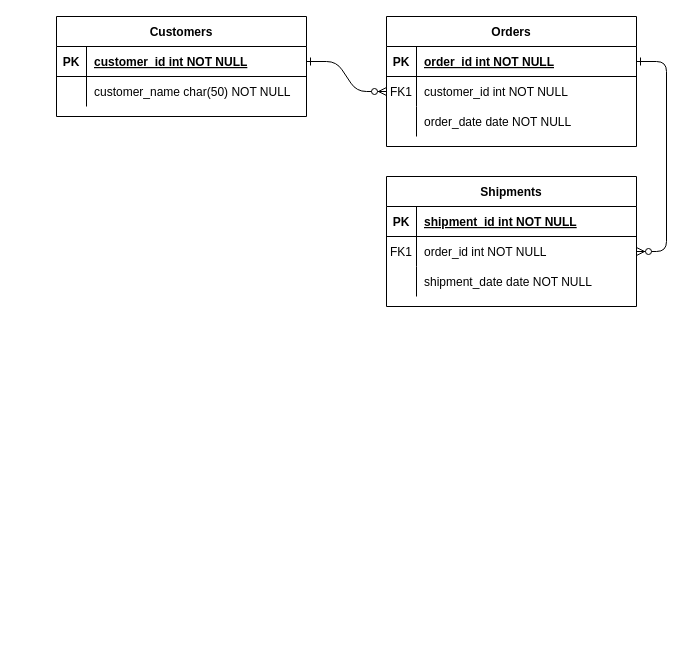
Before: Untitled Diagram.drawio in loyme24/AutomationManagementSystem, a draw.io diagram. Source tidied: cells renumbered, new cells numbered last; positions are measured from the earlier drawing's top-left corner, leaving out a move shared by most shapes. Both pictures are drawn from the tidied source at 100%, with x=0, y=0 at pixel (56, 16).
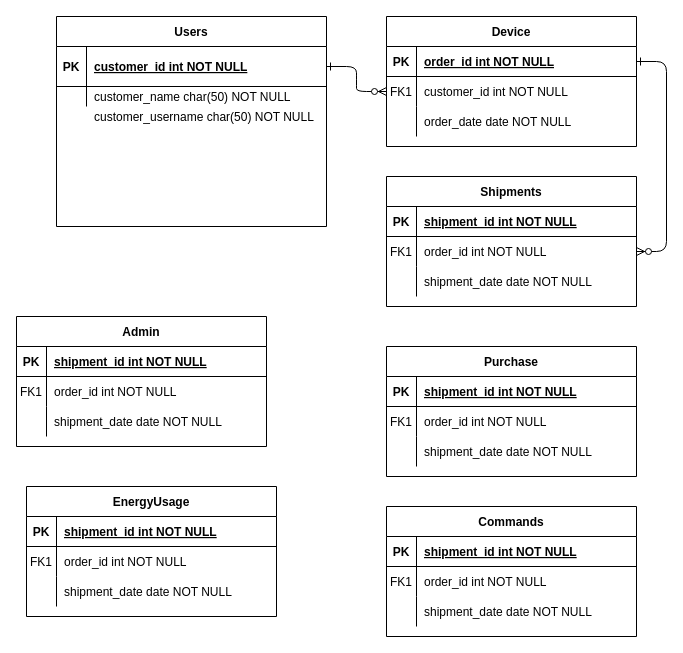
The same diagram, later.

Commit message:
ERD not edited

Change to the diagram source:
```diff
@@
-    <mxCell id="4" value="Orders" style="shape=table;startSize=30;childLayout=tableLayout;rowLines=0;fontStyle=1;align=center;" parent="1" vertex="1">
+    <mxCell id="4" value="Device" style="shape=table;startSize=30;childLayout=tableLayout;rowLines=0;fontStyle=1;align=center;" parent="1" vertex="1">
       <mxGeometry x="330" width="250" height="130" as="geometry" />
     </mxCell>
@@
-    <mxCell id="24" value="Customers" style="shape=table;startSize=30;childLayout=tableLayout;rowLines=0;fontStyle=1;align=center;" parent="1" vertex="1">
-      <mxGeometry width="250" height="100" as="geometry" />
+    <mxCell id="24" value="Users" style="shape=table;startSize=30;childLayout=tableLayout;rowLines=0;fontStyle=1;align=center;" parent="1" vertex="1">
+      <mxGeometry width="270" height="210" as="geometry" />
     </mxCell>
     <mxCell id="25" style="shape=partialRectangle;fillColor=none;points=[[0,0.5],[1,0.5]];portConstraint=eastwest;top=0;left=0;right=0;bottom=1;" parent="24" vertex="1">
-      <mxGeometry y="30" width="250" height="30" as="geometry" />
+      <mxGeometry y="30" width="270" height="40" as="geometry" />
     </mxCell>
     <mxCell id="26" value="PK" style="shape=partialRectangle;overflow=hidden;fillColor=none;top=0;left=0;bottom=0;right=0;fontStyle=1;" parent="25" vertex="1">
-      <mxGeometry width="30" height="30" as="geometry" />
+      <mxGeometry width="30" height="40" as="geometry" />
     </mxCell>
     <mxCell id="27" value="customer_id int NOT NULL " style="shape=partialRectangle;overflow=hidden;fillColor=none;top=0;left=0;bottom=0;right=0;align=left;spacingLeft=6;fontStyle=5;" parent="25" vertex="1">
-      <mxGeometry x="30" width="220" height="30" as="geometry" />
+      <mxGeometry x="30" width="240" height="40" as="geometry" />
     </mxCell>
     <mxCell id="28" style="shape=partialRectangle;fillColor=none;top=0;left=0;right=0;bottom=0;" parent="24" vertex="1">
-      <mxGeometry y="60" width="250" height="30" as="geometry" />
+      <mxGeometry y="70" width="270" height="20" as="geometry" />
     </mxCell>
     <mxCell id="29" style="shape=partialRectangle;overflow=hidden;fillColor=none;top=0;left=0;bottom=0;right=0;" parent="28" vertex="1">
-      <mxGeometry width="30" height="30" as="geometry" />
+      <mxGeometry width="30" height="20" as="geometry" />
     </mxCell>
     <mxCell id="30" value="customer_name char(50) NOT NULL" style="shape=partialRectangle;overflow=hidden;fillColor=none;top=0;left=0;bottom=0;right=0;align=left;spacingLeft=6;" parent="28" vertex="1">
-      <mxGeometry x="30" width="220" height="30" as="geometry" />
+      <mxGeometry x="30" width="240" height="20" as="geometry" />
     </mxCell>
+    <mxCell id="31" value="Admin" style="shape=table;startSize=30;childLayout=tableLayout;rowLines=0;fontStyle=1;align=center;" parent="1" vertex="1">
+      <mxGeometry x="-40" y="300" width="250" height="130" as="geometry" />
+    </mxCell>
+    <mxCell id="32" style="shape=partialRectangle;fillColor=none;top=0;left=0;right=0;bottom=1;" parent="31" vertex="1">
+      <mxGeometry y="30" width="250" height="30" as="geometry" />
+    </mxCell>
+    <mxCell id="33" value="PK" style="shape=partialRectangle;overflow=hidden;fillColor=none;top=0;left=0;bottom=0;right=0;fontStyle=1;" parent="32" vertex="1">
+      <mxGeometry width="30" height="30" as="geometry" />
+    </mxCell>
+    <mxCell id="34" value="shipment_id int NOT NULL " style="shape=partialRectangle;overflow=hidden;fillColor=none;top=0;left=0;bottom=0;right=0;align=left;spacingLeft=6;fontStyle=5;" parent="32" vertex="1">
+      <mxGeometry x="30" width="220" height="30" as="geometry" />
+    </mxCell>
+    <mxCell id="35" style="shape=partialRectangle;fillColor=none;top=0;left=0;right=0;bottom=0;" parent="31" vertex="1">
+      <mxGeometry y="60" width="250" height="30" as="geometry" />
+    </mxCell>
+    <mxCell id="36" value="FK1" style="shape=partialRectangle;overflow=hidden;fillColor=none;top=0;left=0;bottom=0;right=0;" parent="35" vertex="1">
+      <mxGeometry width="30" height="30" as="geometry" />
+    </mxCell>
+    <mxCell id="37" value="order_id int NOT NULL" style="shape=partialRectangle;overflow=hidden;fillColor=none;top=0;left=0;bottom=0;right=0;align=left;spacingLeft=6;" parent="35" vertex="1">
+      <mxGeometry x="30" width="220" height="30" as="geometry" />
+    </mxCell>
+    <mxCell id="38" style="shape=partialRectangle;fillColor=none;top=0;left=0;right=0;bottom=0;" parent="31" vertex="1">
+      <mxGeometry y="90" width="250" height="30" as="geometry" />
+    </mxCell>
+    <mxCell id="39" style="shape=partialRectangle;overflow=hidden;fillColor=none;top=0;left=0;bottom=0;right=0;" parent="38" vertex="1">
+      <mxGeometry width="30" height="30" as="geometry" />
+    </mxCell>
+    <mxCell id="40" value="shipment_date date NOT NULL" style="shape=partialRectangle;overflow=hidden;fillColor=none;top=0;left=0;bottom=0;right=0;align=left;spacingLeft=6;" parent="38" vertex="1">
+      <mxGeometry x="30" width="220" height="30" as="geometry" />
+    </mxCell>
+    <mxCell id="41" value="EnergyUsage" style="shape=table;startSize=30;childLayout=tableLayout;rowLines=0;fontStyle=1;align=center;" parent="1" vertex="1">
+      <mxGeometry x="-30" y="470" width="250" height="130" as="geometry" />
+    </mxCell>
+    <mxCell id="42" style="shape=partialRectangle;fillColor=none;top=0;left=0;right=0;bottom=1;" parent="41" vertex="1">
+      <mxGeometry y="30" width="250" height="30" as="geometry" />
+    </mxCell>
+    <mxCell id="43" value="PK" style="shape=partialRectangle;overflow=hidden;fillColor=none;top=0;left=0;bottom=0;right=0;fontStyle=1;" parent="42" vertex="1">
+      <mxGeometry width="30" height="30" as="geometry" />
+    </mxCell>
+    <mxCell id="44" value="shipment_id int NOT NULL " style="shape=partialRectangle;overflow=hidden;fillColor=none;top=0;left=0;bottom=0;right=0;align=left;spacingLeft=6;fontStyle=5;" parent="42" vertex="1">
+      <mxGeometry x="30" width="220" height="30" as="geometry" />
+    </mxCell>
+    <mxCell id="45" style="shape=partialRectangle;fillColor=none;top=0;left=0;right=0;bottom=0;" parent="41" vertex="1">
+      <mxGeometry y="60" width="250" height="30" as="geometry" />
+    </mxCell>
+    <mxCell id="46" value="FK1" style="shape=partialRectangle;overflow=hidden;fillColor=none;top=0;left=0;bottom=0;right=0;" parent="45" vertex="1">
+      <mxGeometry width="30" height="30" as="geometry" />
+    </mxCell>
+    <mxCell id="47" value="order_id int NOT NULL" style="shape=partialRectangle;overflow=hidden;fillColor=none;top=0;left=0;bottom=0;right=0;align=left;spacingLeft=6;" parent="45" vertex="1">
+      <mxGeometry x="30" width="220" height="30" as="geometry" />
+    </mxCell>
+    <mxCell id="48" style="shape=partialRectangle;fillColor=none;top=0;left=0;right=0;bottom=0;" parent="41" vertex="1">
+      <mxGeometry y="90" width="250" height="30" as="geometry" />
+    </mxCell>
+    <mxCell id="49" style="shape=partialRectangle;overflow=hidden;fillColor=none;top=0;left=0;bottom=0;right=0;" parent="48" vertex="1">
+      <mxGeometry width="30" height="30" as="geometry" />
+    </mxCell>
+    <mxCell id="50" value="shipment_date date NOT NULL" style="shape=partialRectangle;overflow=hidden;fillColor=none;top=0;left=0;bottom=0;right=0;align=left;spacingLeft=6;" parent="48" vertex="1">
+      <mxGeometry x="30" width="220" height="30" as="geometry" />
+    </mxCell>
+    <mxCell id="51" value="Commands" style="shape=table;startSize=30;childLayout=tableLayout;rowLines=0;fontStyle=1;align=center;" parent="1" vertex="1">
+      <mxGeometry x="330" y="490" width="250" height="130" as="geometry" />
+    </mxCell>
+    <mxCell id="52" style="shape=partialRectangle;fillColor=none;top=0;left=0;right=0;bottom=1;" parent="51" vertex="1">
+      <mxGeometry y="30" width="250" height="30" as="geometry" />
+    </mxCell>
+    <mxCell id="53" value="PK" style="shape=partialRectangle;overflow=hidden;fillColor=none;top=0;left=0;bottom=0;right=0;fontStyle=1;" parent="52" vertex="1">
+      <mxGeometry width="30" height="30" as="geometry" />
+    </mxCell>
+    <mxCell id="54" value="shipment_id int NOT NULL " style="shape=partialRectangle;overflow=hidden;fillColor=none;top=0;left=0;bottom=0;right=0;align=left;spacingLeft=6;fontStyle=5;" parent="52" vertex="1">
+      <mxGeometry x="30" width="220" height="30" as="geometry" />
+    </mxCell>
+    <mxCell id="55" style="shape=partialRectangle;fillColor=none;top=0;left=0;right=0;bottom=0;" parent="51" vertex="1">
+      <mxGeometry y="60" width="250" height="30" as="geometry" />
+    </mxCell>
+    <mxCell id="56" value="FK1" style="shape=partialRectangle;overflow=hidden;fillColor=none;top=0;left=0;bottom=0;right=0;" parent="55" vertex="1">
+      <mxGeometry width="30" height="30" as="geometry" />
+    </mxCell>
+    <mxCell id="57" value="order_id int NOT NULL" style="shape=partialRectangle;overflow=hidden;fillColor=none;top=0;left=0;bottom=0;right=0;align=left;spacingLeft=6;" parent="55" vertex="1">
+      <mxGeometry x="30" width="220" height="30" as="geometry" />
+    </mxCell>
+    <mxCell id="58" style="shape=partialRectangle;fillColor=none;top=0;left=0;right=0;bottom=0;" parent="51" vertex="1">
+      <mxGeometry y="90" width="250" height="30" as="geometry" />
+    </mxCell>
+    <mxCell id="59" style="shape=partialRectangle;overflow=hidden;fillColor=none;top=0;left=0;bottom=0;right=0;" parent="58" vertex="1">
+      <mxGeometry width="30" height="30" as="geometry" />
+    </mxCell>
+    <mxCell id="60" value="shipment_date date NOT NULL" style="shape=partialRectangle;overflow=hidden;fillColor=none;top=0;left=0;bottom=0;right=0;align=left;spacingLeft=6;" parent="58" vertex="1">
+      <mxGeometry x="30" width="220" height="30" as="geometry" />
+    </mxCell>
+    <mxCell id="61" value="Purchase" style="shape=table;startSize=30;childLayout=tableLayout;rowLines=0;fontStyle=1;align=center;" parent="1" vertex="1">
+      <mxGeometry x="330" y="330" width="250" height="130" as="geometry" />
+    </mxCell>
+    <mxCell id="62" style="shape=partialRectangle;fillColor=none;top=0;left=0;right=0;bottom=1;" parent="61" vertex="1">
+      <mxGeometry y="30" width="250" height="30" as="geometry" />
+    </mxCell>
+    <mxCell id="63" value="PK" style="shape=partialRectangle;overflow=hidden;fillColor=none;top=0;left=0;bottom=0;right=0;fontStyle=1;" parent="62" vertex="1">
+      <mxGeometry width="30" height="30" as="geometry" />
+    </mxCell>
+    <mxCell id="64" value="shipment_id int NOT NULL " style="shape=partialRectangle;overflow=hidden;fillColor=none;top=0;left=0;bottom=0;right=0;align=left;spacingLeft=6;fontStyle=5;" parent="62" vertex="1">
+      <mxGeometry x="30" width="220" height="30" as="geometry" />
+    </mxCell>
+    <mxCell id="65" style="shape=partialRectangle;fillColor=none;top=0;left=0;right=0;bottom=0;" parent="61" vertex="1">
+      <mxGeometry y="60" width="250" height="30" as="geometry" />
+    </mxCell>
+    <mxCell id="66" value="FK1" style="shape=partialRectangle;overflow=hidden;fillColor=none;top=0;left=0;bottom=0;right=0;" parent="65" vertex="1">
+      <mxGeometry width="30" height="30" as="geometry" />
+    </mxCell>
+    <mxCell id="67" value="order_id int NOT NULL" style="shape=partialRectangle;overflow=hidden;fillColor=none;top=0;left=0;bottom=0;right=0;align=left;spacingLeft=6;" parent="65" vertex="1">
+      <mxGeometry x="30" width="220" height="30" as="geometry" />
+    </mxCell>
+    <mxCell id="68" style="shape=partialRectangle;fillColor=none;top=0;left=0;right=0;bottom=0;" parent="61" vertex="1">
+      <mxGeometry y="90" width="250" height="30" as="geometry" />
+    </mxCell>
+    <mxCell id="69" style="shape=partialRectangle;overflow=hidden;fillColor=none;top=0;left=0;bottom=0;right=0;" parent="68" vertex="1">
+      <mxGeometry width="30" height="30" as="geometry" />
+    </mxCell>
+    <mxCell id="70" value="shipment_date date NOT NULL" style="shape=partialRectangle;overflow=hidden;fillColor=none;top=0;left=0;bottom=0;right=0;align=left;spacingLeft=6;" parent="68" vertex="1">
+      <mxGeometry x="30" width="220" height="30" as="geometry" />
+    </mxCell>
+    <mxCell id="71" value="customer_username char(50) NOT NULL" style="shape=partialRectangle;overflow=hidden;fillColor=none;top=0;left=0;bottom=0;right=0;align=left;spacingLeft=6;" parent="1" vertex="1">
+      <mxGeometry x="30" y="90" width="230" height="20" as="geometry" />
+    </mxCell>
```
